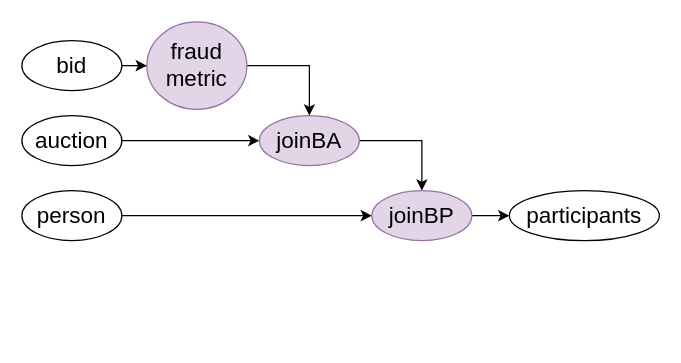
Earlier version of the draw.io diagram 2021/calco-dbpl/images/example.drawio (flame-stream/Papers). Source tidied: cells renumbered, new cells numbered last; positions are measured from the earlier drawing's top-left corner, leaving out a move shared by most shapes. Both pictures are drawn from the tidied source at 125%, with x=0, y=0 at pixel (21, 21).
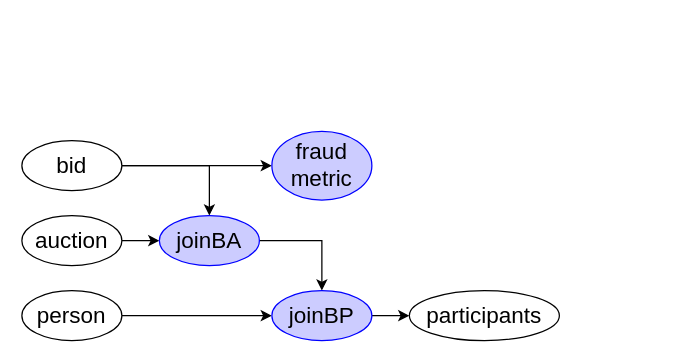
The same diagram, later.

Change to the diagram source:
```diff
@@
 <mxGraphModel>
   <root>
     <mxCell id="0" />
     <mxCell id="1" parent="0" />
     <mxCell id="2" style="edgeStyle=orthogonalEdgeStyle;rounded=0;jettySize=auto;html=1;entryX=0;entryY=0.5;entryDx=0;entryDy=0;" parent="1" edge="1" source="3" target="9">
       <mxGeometry relative="1" as="geometry" />
     </mxCell>
     <mxCell id="3" value="&lt;font style=&quot;font-size: 18px&quot;&gt;auction&lt;/font&gt;" style="ellipse;whiteSpace=wrap;html=1;" parent="1" vertex="1">
-      <mxGeometry y="75" width="80" height="40" as="geometry" />
+      <mxGeometry y="155" width="80" height="40" as="geometry" />
     </mxCell>
+    <mxCell id="15" style="edgeStyle=orthogonalEdgeStyle;rounded=0;jettySize=auto;html=1;entryX=0.5;entryY=0;entryDx=0;entryDy=0;" parent="1" edge="1" source="5" target="9">
+      <mxGeometry relative="1" as="geometry" />
+    </mxCell>
     <mxCell id="4" style="edgeStyle=orthogonalEdgeStyle;rounded=0;jettySize=auto;html=1;entryX=0;entryY=0.5;entryDx=0;entryDy=0;" parent="1" edge="1" source="5" target="11">
       <mxGeometry relative="1" as="geometry" />
     </mxCell>
     <mxCell id="5" value="&lt;font style=&quot;font-size: 18px&quot;&gt;bid&lt;/font&gt;" style="ellipse;whiteSpace=wrap;html=1;" parent="1" vertex="1">
-      <mxGeometry y="15" width="80" height="40" as="geometry" />
+      <mxGeometry y="95" width="80" height="40" as="geometry" />
     </mxCell>
     <mxCell id="6" style="edgeStyle=orthogonalEdgeStyle;rounded=0;jettySize=auto;html=1;entryX=0;entryY=0.5;entryDx=0;entryDy=0;" parent="1" edge="1" source="7" target="14">
       <mxGeometry relative="1" as="geometry" />
     </mxCell>
     <mxCell id="7" value="&lt;font style=&quot;font-size: 18px&quot;&gt;person&lt;/font&gt;" style="ellipse;whiteSpace=wrap;html=1;" parent="1" vertex="1">
-      <mxGeometry y="135" width="80" height="40" as="geometry" />
+      <mxGeometry y="215" width="80" height="40" as="geometry" />
     </mxCell>
     <mxCell id="8" style="edgeStyle=orthogonalEdgeStyle;rounded=0;jettySize=auto;html=1;entryX=0.5;entryY=0;entryDx=0;entryDy=0;" parent="1" edge="1" source="9" target="14">
       <mxGeometry relative="1" as="geometry" />
     </mxCell>
-    <mxCell id="9" value="&lt;font style=&quot;font-size: 18px&quot;&gt;joinBA&lt;/font&gt;" style="ellipse;whiteSpace=wrap;html=1;fillColor=#e1d5e7;strokeColor=#9673a6;" parent="1" vertex="1">
-      <mxGeometry x="190" y="75" width="80" height="40" as="geometry" />
+    <mxCell id="9" value="&lt;font style=&quot;font-size: 18px&quot;&gt;joinBA&lt;/font&gt;" style="ellipse;whiteSpace=wrap;html=1;strokeColor=#0000FF;fillColor=#CCCCFF;" parent="1" vertex="1">
+      <mxGeometry x="110" y="155" width="80" height="40" as="geometry" />
     </mxCell>
-    <mxCell id="10" style="edgeStyle=orthogonalEdgeStyle;rounded=0;jettySize=auto;html=1;entryX=0.5;entryY=0;entryDx=0;entryDy=0;" parent="1" edge="1" source="11" target="9">
-      <mxGeometry relative="1" as="geometry" />
-    </mxCell>
-    <mxCell id="11" value="&lt;font style=&quot;font-size: 18px&quot;&gt;fraud metric&lt;/font&gt;" style="ellipse;whiteSpace=wrap;html=1;fillColor=#e1d5e7;strokeColor=#9673a6;" parent="1" vertex="1">
-      <mxGeometry x="100" width="80" height="70" as="geometry" />
+    <mxCell id="11" value="&lt;font style=&quot;font-size: 18px&quot;&gt;fraud metric&lt;/font&gt;" style="ellipse;whiteSpace=wrap;html=1;strokeColor=#0000FF;fillColor=#CCCCFF;" parent="1" vertex="1">
+      <mxGeometry x="200" y="87.5" width="80" height="55" as="geometry" />
     </mxCell>
     <mxCell id="12" value="&lt;font style=&quot;font-size: 18px&quot;&gt;participants&lt;/font&gt;" style="ellipse;whiteSpace=wrap;html=1;" parent="1" vertex="1">
-      <mxGeometry x="390" y="135" width="120" height="40" as="geometry" />
+      <mxGeometry x="310" y="215" width="120" height="40" as="geometry" />
     </mxCell>
     <mxCell id="13" style="edgeStyle=orthogonalEdgeStyle;rounded=0;jettySize=auto;html=1;entryX=0;entryY=0.5;entryDx=0;entryDy=0;" parent="1" edge="1" source="14" target="12">
       <mxGeometry relative="1" as="geometry" />
     </mxCell>
-    <mxCell id="14" value="&lt;font style=&quot;font-size: 18px&quot;&gt;joinBP&lt;/font&gt;" style="ellipse;whiteSpace=wrap;html=1;fillColor=#e1d5e7;strokeColor=#9673a6;" parent="1" vertex="1">
-      <mxGeometry x="280" y="135" width="80" height="40" as="geometry" />
+    <mxCell id="14" value="&lt;font style=&quot;font-size: 18px&quot;&gt;joinBP&lt;/font&gt;" style="ellipse;whiteSpace=wrap;html=1;strokeColor=#0000FF;fillColor=#CCCCFF;" parent="1" vertex="1">
+      <mxGeometry x="200" y="215" width="80" height="40" as="geometry" />
     </mxCell>
   </root>
 </mxGraphModel>
```
